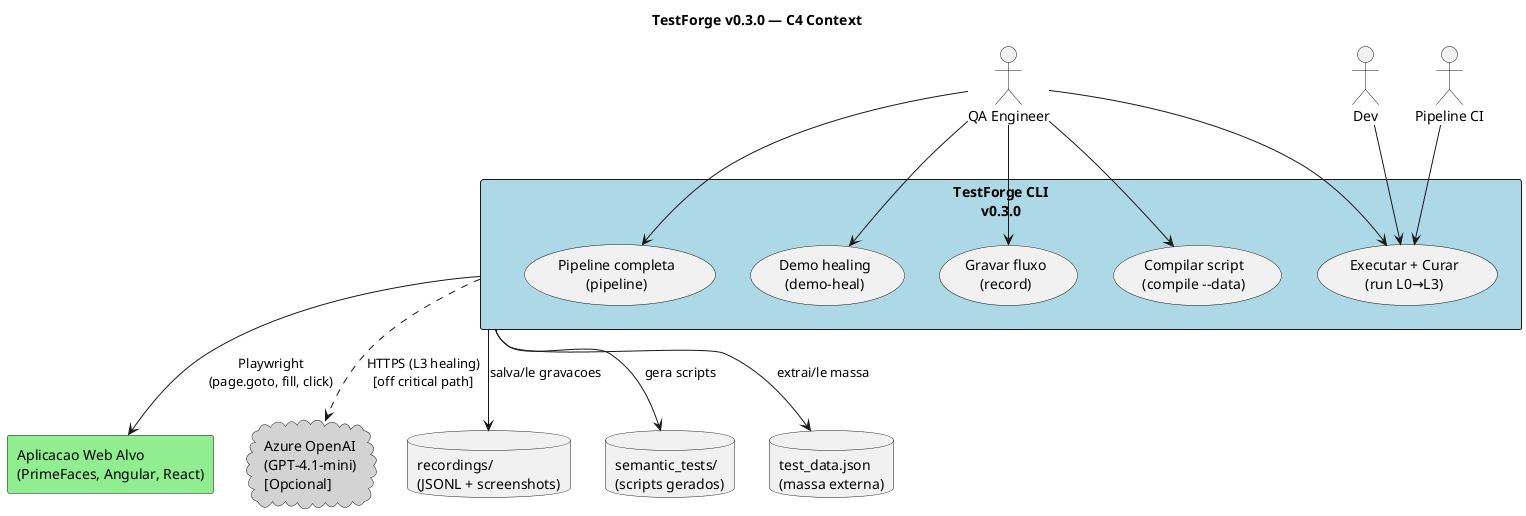
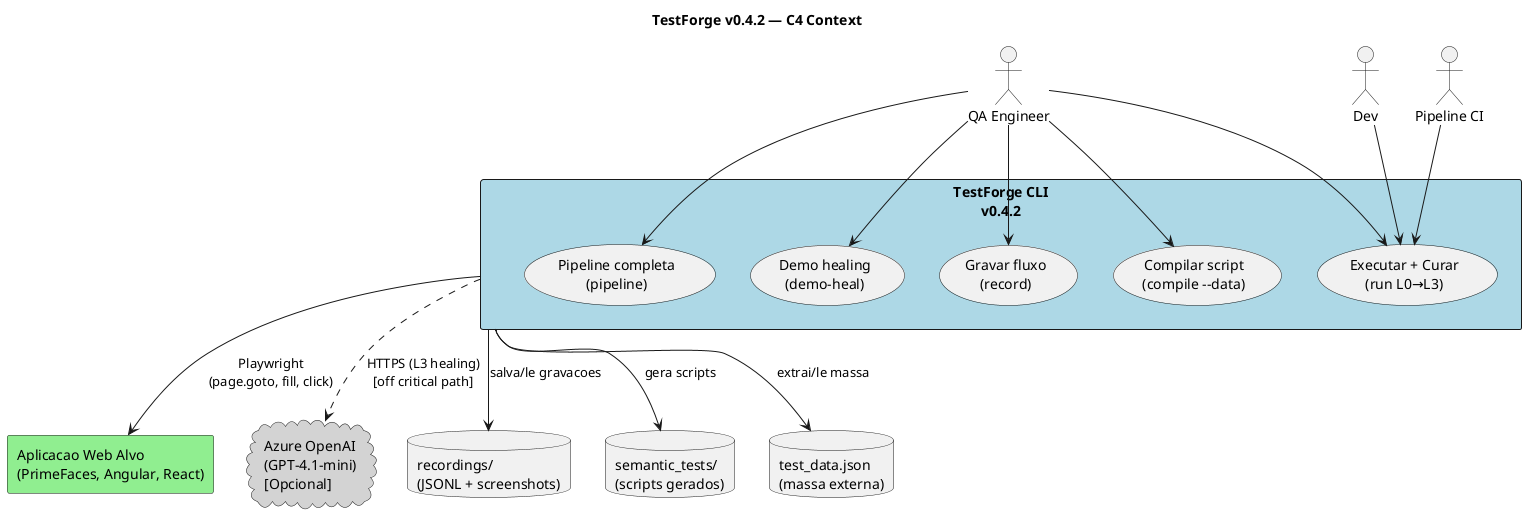
@startuml
- title TestForge v0.3.0 — C4 Context
+ title TestForge v0.4.2 — C4 Context

skinparam backgroundColor #FFFFFF
skinparam packageStyle rectangle

actor "QA Engineer" as QA

- rectangle "TestForge CLI\nv0.3.0" as TF #LightBlue {
+ rectangle "TestForge CLI\nv0.4.2" as TF #LightBlue {
  usecase "Gravar fluxo\n(record)" as UC1
  usecase "Compilar script\n(compile --data)" as UC2
  usecase "Executar + Curar\n(run L0→L3)" as UC3
  usecase "Pipeline completa\n(pipeline)" as UC4
  usecase "Demo healing\n(demo-heal)" as UC5
}

actor "Dev" as DEV
actor "Pipeline CI" as CI

rectangle "Aplicacao Web Alvo\n(PrimeFaces, Angular, React)" as APP #LightGreen

cloud "Azure OpenAI\n(GPT-4.1-mini)\n[Opcional]" as LLM #LightGray

database "recordings/\n(JSONL + screenshots)" as REC
database "semantic_tests/\n(scripts gerados)" as ST
database "test_data.json\n(massa externa)" as TD

QA --> UC1
QA --> UC2
QA --> UC3
QA --> UC4
QA --> UC5

DEV --> UC3
CI --> UC3

TF --> APP : Playwright\n(page.goto, fill, click)
TF --> REC : salva/le gravacoes
TF --> ST : gera scripts
TF --> TD : extrai/le massa

TF ..> LLM : HTTPS (L3 healing)\n[off critical path]

@enduml
